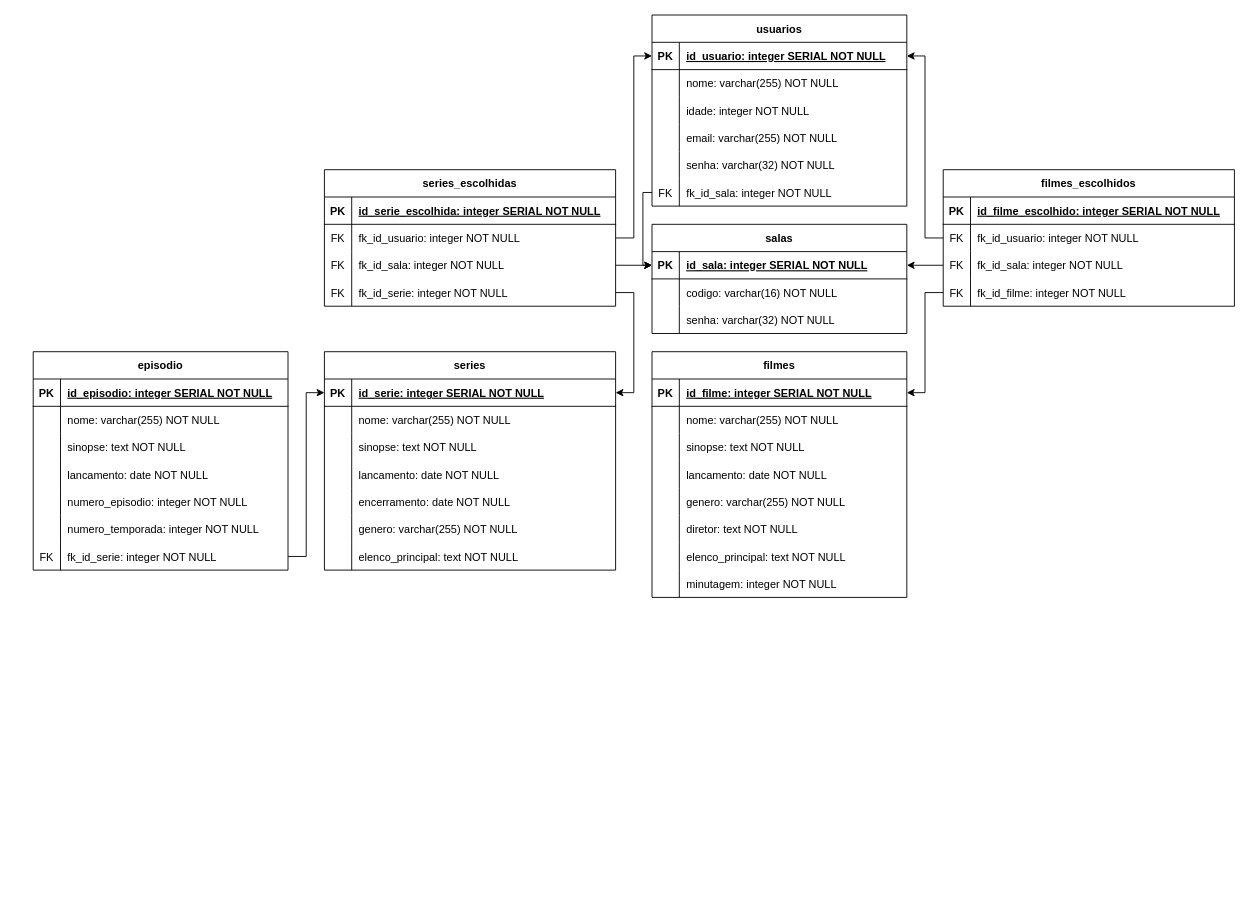
Before: Untitled Diagram.drawio in LoriaLawrenceZ/GROVIER-backend, a draw.io diagram. Source tidied: cells renumbered, new cells numbered last; positions are measured from the earlier drawing's top-left corner, leaving out a move shared by most shapes. Both pictures are drawn from the tidied source at 91%, with x=0, y=0 at pixel (33, 15).
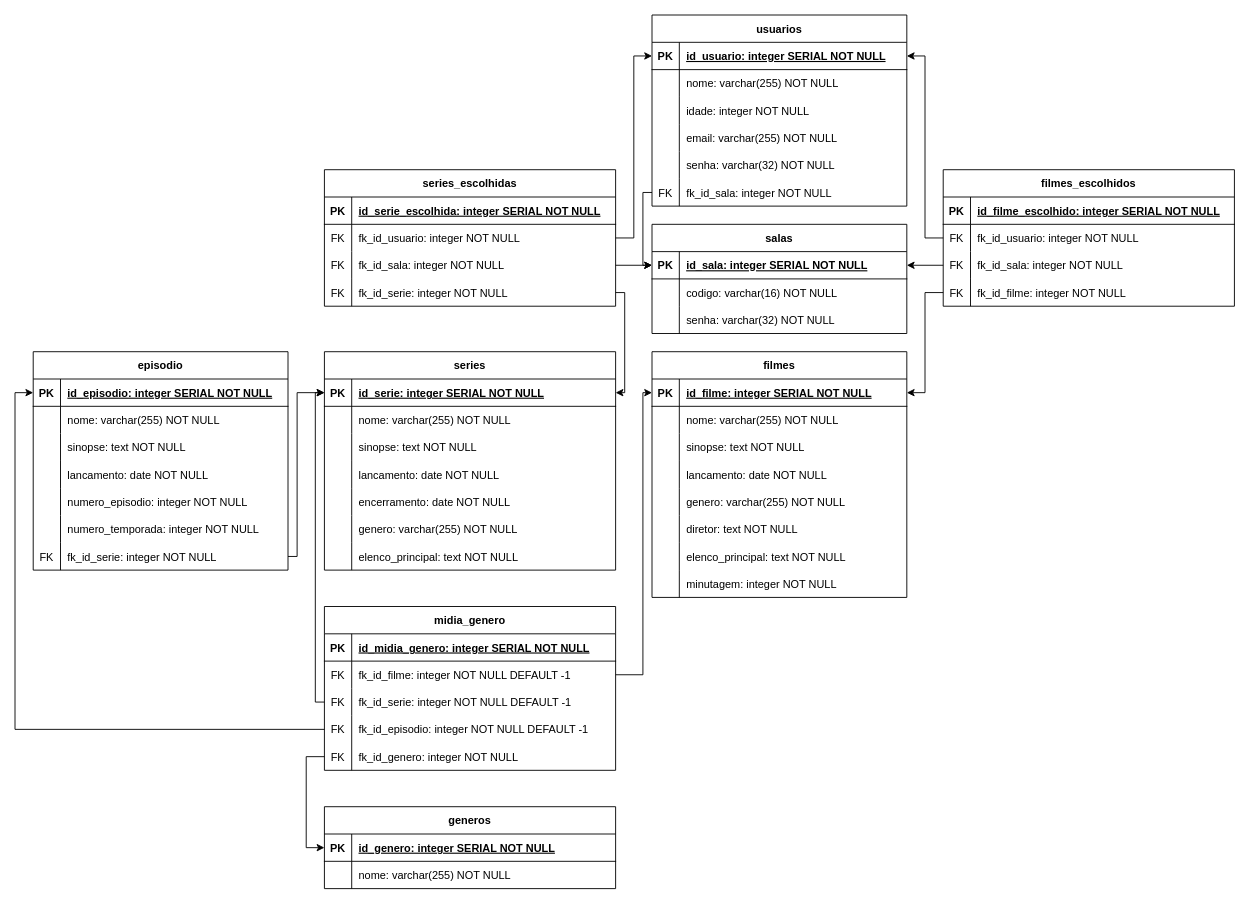
Above is the later version.

Commit message:
[feat][diagram] Adicionando generos

Unchanged cells that the change refers to:
```xml
<mxCell id="13" style="shape=partialRectangle;fillColor=none;points=[[0,0.5],[1,0.5]];portConstraint=eastwest;top=0;left=0;right=0;bottom=1;" parent="12" vertex="1">
  <mxGeometry y="30" width="280" height="30" as="geometry" />
</mxCell>
<mxCell id="73" style="shape=partialRectangle;fillColor=none;points=[[0,0.5],[1,0.5]];portConstraint=eastwest;top=0;left=0;right=0;bottom=1;" parent="72" vertex="1">
  <mxGeometry y="30" width="320" height="30" as="geometry" />
</mxCell>
<mxCell id="95" style="shape=partialRectangle;fillColor=none;points=[[0,0.5],[1,0.5]];portConstraint=eastwest;top=0;left=0;right=0;bottom=1;" parent="94" vertex="1">
  <mxGeometry y="30" width="280" height="30" as="geometry" />
</mxCell>
<mxCell id="113" style="shape=partialRectangle;fillColor=none;points=[[0,0.5],[1,0.5]];portConstraint=eastwest;top=0;left=0;right=0;bottom=0;" parent="94" vertex="1">
  <mxGeometry y="210" width="280" height="30" as="geometry" />
</mxCell>
<mxCell id="127" style="shape=partialRectangle;fillColor=none;points=[[0,0.5],[1,0.5]];portConstraint=eastwest;top=0;left=0;right=0;bottom=0;" parent="117" vertex="1">
  <mxGeometry y="120" width="320" height="30" as="geometry" />
</mxCell>
```

The edit, as a diff of the source:
```diff
@@
     <mxCell id="116" style="edgeStyle=orthogonalEdgeStyle;rounded=0;jettySize=auto;html=1;entryX=0;entryY=0.5;entryDx=0;entryDy=0;" parent="1" edge="1" source="113" target="73">
-      <mxGeometry relative="1" as="geometry" />
+      <mxGeometry relative="1" as="geometry">
+        <Array as="points">
+          <mxPoint x="290" y="595" />
+          <mxPoint x="290" y="415" />
+        </Array>
+      </mxGeometry>
     </mxCell>
@@
     <mxCell id="133" style="edgeStyle=orthogonalEdgeStyle;rounded=0;jettySize=auto;html=1;entryX=1;entryY=0.5;entryDx=0;entryDy=0;" parent="1" edge="1" source="127" target="73">
       <mxGeometry relative="1" as="geometry">
         <Array as="points">
-          <mxPoint x="660" y="305" />
-          <mxPoint x="660" y="415" />
+          <mxPoint x="650" y="305" />
+          <mxPoint x="650" y="415" />
         </Array>
       </mxGeometry>
     </mxCell>
+    <mxCell id="134" value="generos" style="shape=table;startSize=30;childLayout=tableLayout;rowLines=0;fontStyle=1;align=center;" parent="1" vertex="1">
+      <mxGeometry x="320" y="870" width="320" height="90" as="geometry" />
+    </mxCell>
+    <mxCell id="135" style="shape=partialRectangle;fillColor=none;points=[[0,0.5],[1,0.5]];portConstraint=eastwest;top=0;left=0;right=0;bottom=1;" parent="134" vertex="1">
+      <mxGeometry y="30" width="320" height="30" as="geometry" />
+    </mxCell>
+    <mxCell id="136" value="PK" style="shape=partialRectangle;overflow=hidden;fillColor=none;top=0;left=0;bottom=0;right=0;fontStyle=1;" parent="135" vertex="1">
+      <mxGeometry width="30" height="30" as="geometry" />
+    </mxCell>
+    <mxCell id="137" value="id_genero: integer SERIAL NOT NULL" style="shape=partialRectangle;overflow=hidden;fillColor=none;top=0;left=0;bottom=0;right=0;align=left;spacingLeft=6;fontStyle=5;" parent="135" vertex="1">
+      <mxGeometry x="30" width="290" height="30" as="geometry" />
+    </mxCell>
+    <mxCell id="138" style="shape=partialRectangle;fillColor=none;top=0;left=0;right=0;bottom=0;" parent="134" vertex="1">
+      <mxGeometry y="60" width="320" height="30" as="geometry" />
+    </mxCell>
+    <mxCell id="139" style="shape=partialRectangle;overflow=hidden;fillColor=none;top=0;left=0;bottom=0;right=0;" parent="138" vertex="1">
+      <mxGeometry width="30" height="30" as="geometry" />
+    </mxCell>
+    <mxCell id="140" value="nome: varchar(255) NOT NULL" style="shape=partialRectangle;overflow=hidden;fillColor=none;top=0;left=0;bottom=0;right=0;align=left;spacingLeft=6;" parent="138" vertex="1">
+      <mxGeometry x="30" width="290" height="30" as="geometry" />
+    </mxCell>
+    <mxCell id="141" value="midia_genero" style="shape=table;startSize=30;childLayout=tableLayout;rowLines=0;fontStyle=1;align=center;" parent="1" vertex="1">
+      <mxGeometry x="320" y="650" width="320" height="180" as="geometry" />
+    </mxCell>
+    <mxCell id="142" style="shape=partialRectangle;fillColor=none;top=0;left=0;right=0;bottom=1;" parent="141" vertex="1">
+      <mxGeometry y="30" width="320" height="30" as="geometry" />
+    </mxCell>
+    <mxCell id="143" value="PK" style="shape=partialRectangle;overflow=hidden;fillColor=none;top=0;left=0;bottom=0;right=0;fontStyle=1;" parent="142" vertex="1">
+      <mxGeometry width="30" height="30" as="geometry" />
+    </mxCell>
+    <mxCell id="144" value="id_midia_genero: integer SERIAL NOT NULL" style="shape=partialRectangle;overflow=hidden;fillColor=none;top=0;left=0;bottom=0;right=0;align=left;spacingLeft=6;fontStyle=5;" parent="142" vertex="1">
+      <mxGeometry x="30" width="290" height="30" as="geometry" />
+    </mxCell>
+    <mxCell id="145" style="shape=partialRectangle;fillColor=none;points=[[0,0.5],[1,0.5]];portConstraint=eastwest;top=0;left=0;right=0;bottom=0;" parent="141" vertex="1">
+      <mxGeometry y="60" width="320" height="30" as="geometry" />
+    </mxCell>
+    <mxCell id="146" value="FK" style="shape=partialRectangle;overflow=hidden;fillColor=none;top=0;left=0;bottom=0;right=0;" parent="145" vertex="1">
+      <mxGeometry width="30" height="30" as="geometry" />
+    </mxCell>
+    <mxCell id="147" value="fk_id_filme: integer NOT NULL DEFAULT -1" style="shape=partialRectangle;overflow=hidden;fillColor=none;top=0;left=0;bottom=0;right=0;align=left;spacingLeft=6;" parent="145" vertex="1">
+      <mxGeometry x="30" width="290" height="30" as="geometry" />
+    </mxCell>
+    <mxCell id="148" style="shape=partialRectangle;fillColor=none;points=[[0,0.5],[1,0.5]];portConstraint=eastwest;top=0;left=0;right=0;bottom=0;" parent="141" vertex="1">
+      <mxGeometry y="90" width="320" height="30" as="geometry" />
+    </mxCell>
+    <mxCell id="149" value="FK" style="shape=partialRectangle;overflow=hidden;fillColor=none;top=0;left=0;bottom=0;right=0;" parent="148" vertex="1">
+      <mxGeometry width="30" height="30" as="geometry" />
+    </mxCell>
+    <mxCell id="150" value="fk_id_serie: integer NOT NULL DEFAULT -1" style="shape=partialRectangle;overflow=hidden;fillColor=none;top=0;left=0;bottom=0;right=0;align=left;spacingLeft=6;" parent="148" vertex="1">
+      <mxGeometry x="30" width="290" height="30" as="geometry" />
+    </mxCell>
+    <mxCell id="151" style="shape=partialRectangle;fillColor=none;points=[[0,0.5],[1,0.5]];portConstraint=eastwest;top=0;left=0;right=0;bottom=0;" parent="141" vertex="1">
+      <mxGeometry y="120" width="320" height="30" as="geometry" />
+    </mxCell>
+    <mxCell id="152" value="FK" style="shape=partialRectangle;overflow=hidden;fillColor=none;top=0;left=0;bottom=0;right=0;" parent="151" vertex="1">
+      <mxGeometry width="30" height="30" as="geometry" />
+    </mxCell>
+    <mxCell id="153" value="fk_id_episodio: integer NOT NULL DEFAULT -1" style="shape=partialRectangle;overflow=hidden;fillColor=none;top=0;left=0;bottom=0;right=0;align=left;spacingLeft=6;" parent="151" vertex="1">
+      <mxGeometry x="30" width="290" height="30" as="geometry" />
+    </mxCell>
+    <mxCell id="154" style="shape=partialRectangle;fillColor=none;points=[[0,0.5],[1,0.5]];portConstraint=eastwest;top=0;left=0;right=0;bottom=0;" parent="141" vertex="1">
+      <mxGeometry y="150" width="320" height="30" as="geometry" />
+    </mxCell>
+    <mxCell id="155" value="FK" style="shape=partialRectangle;overflow=hidden;fillColor=none;top=0;left=0;bottom=0;right=0;" parent="154" vertex="1">
+      <mxGeometry width="30" height="30" as="geometry" />
+    </mxCell>
+    <mxCell id="156" value="fk_id_genero: integer NOT NULL" style="shape=partialRectangle;overflow=hidden;fillColor=none;top=0;left=0;bottom=0;right=0;align=left;spacingLeft=6;" parent="154" vertex="1">
+      <mxGeometry x="30" width="290" height="30" as="geometry" />
+    </mxCell>
+    <mxCell id="157" style="edgeStyle=orthogonalEdgeStyle;rounded=0;jettySize=auto;html=1;entryX=0;entryY=0.5;entryDx=0;entryDy=0;" parent="1" edge="1" source="154" target="135">
+      <mxGeometry relative="1" as="geometry" />
+    </mxCell>
+    <mxCell id="158" style="edgeStyle=orthogonalEdgeStyle;rounded=0;jettySize=auto;html=1;entryX=0;entryY=0.5;entryDx=0;entryDy=0;" parent="1" edge="1" source="151" target="95">
+      <mxGeometry relative="1" as="geometry" />
+    </mxCell>
+    <mxCell id="159" style="edgeStyle=orthogonalEdgeStyle;rounded=0;jettySize=auto;html=1;entryX=0;entryY=0.5;entryDx=0;entryDy=0;" parent="1" edge="1" source="148" target="73">
+      <mxGeometry relative="1" as="geometry">
+        <Array as="points">
+          <mxPoint x="310" y="755" />
+          <mxPoint x="310" y="415" />
+        </Array>
+      </mxGeometry>
+    </mxCell>
+    <mxCell id="160" style="edgeStyle=orthogonalEdgeStyle;rounded=0;jettySize=auto;html=1;entryX=0;entryY=0.5;entryDx=0;entryDy=0;" parent="1" edge="1" source="145" target="13">
+      <mxGeometry relative="1" as="geometry">
+        <Array as="points">
+          <mxPoint x="670" y="725" />
+          <mxPoint x="670" y="415" />
+        </Array>
+      </mxGeometry>
+    </mxCell>
```
